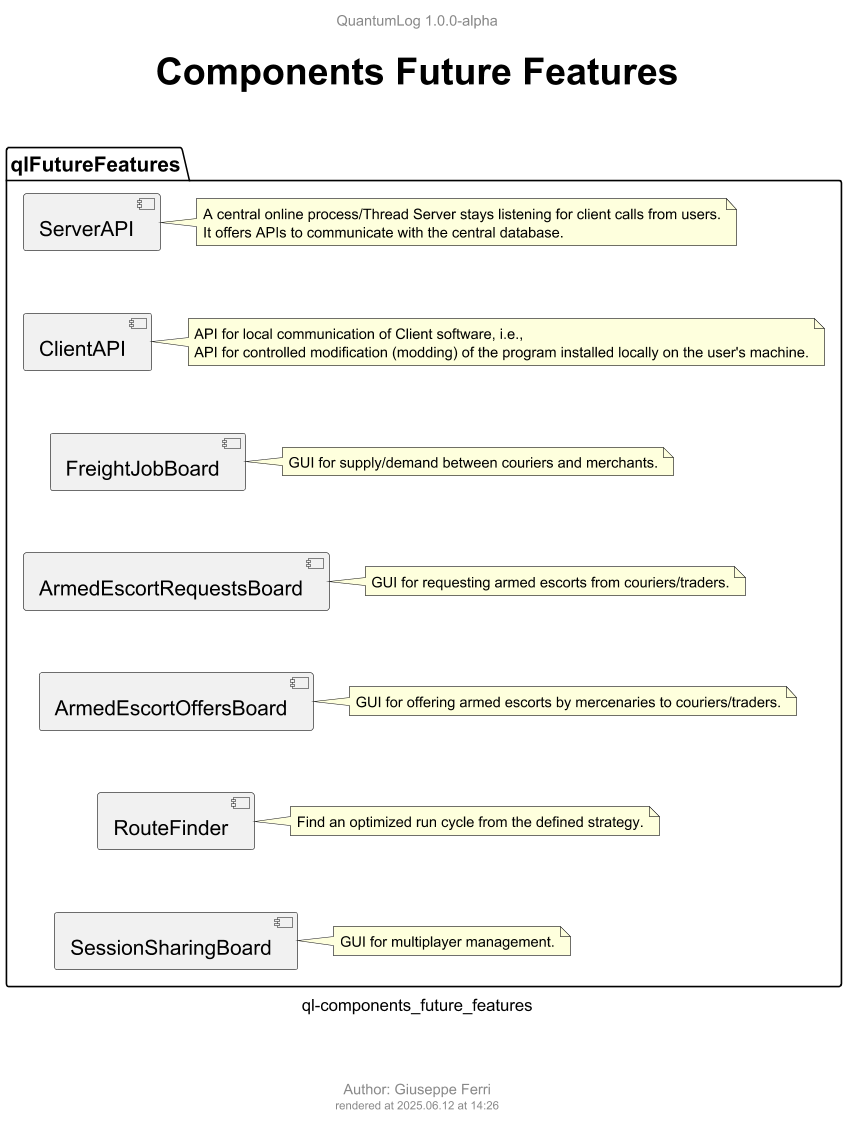
JoeFerri/QuantumLog keeps this PlantUML diagram as out/ql-diagram/ql-components_future_features.png. Above is the earlier version. The source it was exported from:
```plantuml
@startuml "ql-components_future_features"
!$file = "ql-components_future_features"
!$title = "Components Future Features"
!$author = "Giuseppe Ferri"

!include templates/ql-template-main.puml




package qlFutureFeatures {
  component [ServerAPI]
  note right of [ServerAPI]
    A central online process/Thread Server stays listening for client calls from users.
    It offers APIs to communicate with the central database.
  end note

  component [ClientAPI]
  note right of [ClientAPI]
    API for local communication of Client software, i.e.,
    API for controlled modification (modding) of the program installed locally on the user's machine.
  end note

  component [FreightJobBoard]
  note right of [FreightJobBoard]
    GUI for supply/demand between couriers and merchants.
  end note

  component [ArmedEscortRequestsBoard]
  note right of [ArmedEscortRequestsBoard]
    GUI for requesting armed escorts from couriers/traders.
  end note

  component [ArmedEscortOffersBoard]
  note right of [ArmedEscortOffersBoard]
    GUI for offering armed escorts by mercenaries to couriers/traders.
  end note

  component [RouteFinder]
  note right of [RouteFinder]
    Find an optimized run cycle from the defined strategy.
  end note

  component [SessionSharingBoard]
  note right of [SessionSharingBoard]
    GUI for multiplayer management.
  end note
}


ServerAPI -down[hidden]-> ClientAPI
ClientAPI -down[hidden]-> FreightJobBoard
FreightJobBoard -down[hidden]-> ArmedEscortRequestsBoard
ArmedEscortRequestsBoard -down[hidden]-> ArmedEscortOffersBoard
ArmedEscortOffersBoard -down[hidden]-> RouteFinder
RouteFinder -down[hidden]-> SessionSharingBoard


@enduml
```
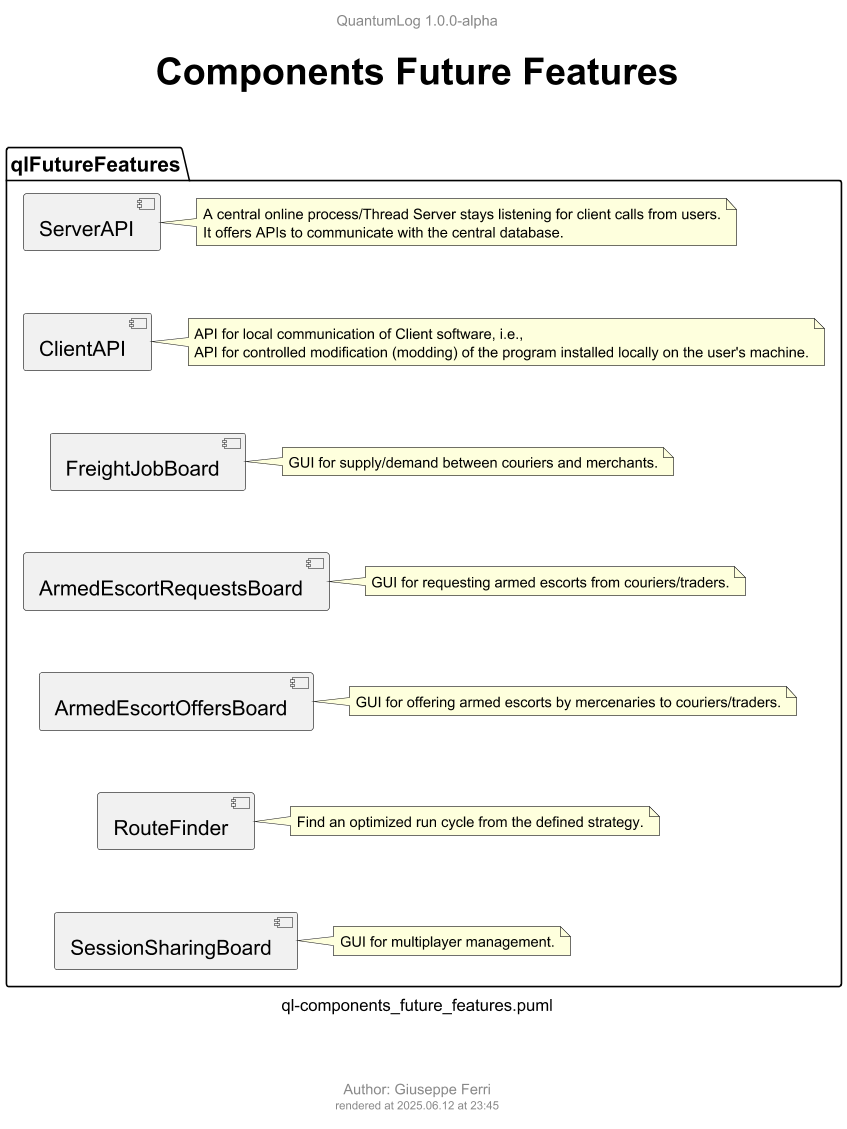
After the commit.

What changed in the source:
```diff
@@ -1,5 +1,4 @@
-@startuml "ql-components_future_features"
-!$file = "ql-components_future_features"
+@startuml ql-components_future_features
 !$title = "Components Future Features"
 !$author = "Giuseppe Ferri"
 
```
